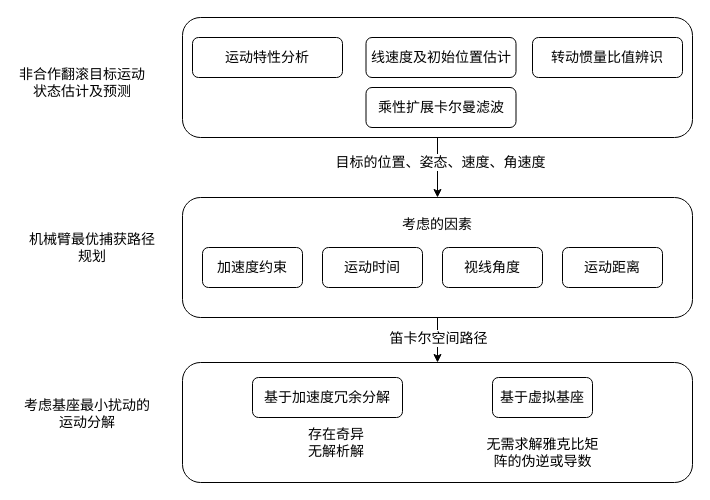
zzy5510/adams_simulink_robotarm keeps this draw.io diagram as Untitled Diagram.drawio. Above is the earlier version. Source tidied: cells renumbered, new cells numbered last; positions are measured from the earlier drawing's top-left corner, leaving out a move shared by most shapes. Both pictures are drawn from the tidied source at 100%, with x=0, y=0 at pixel (17, 17).
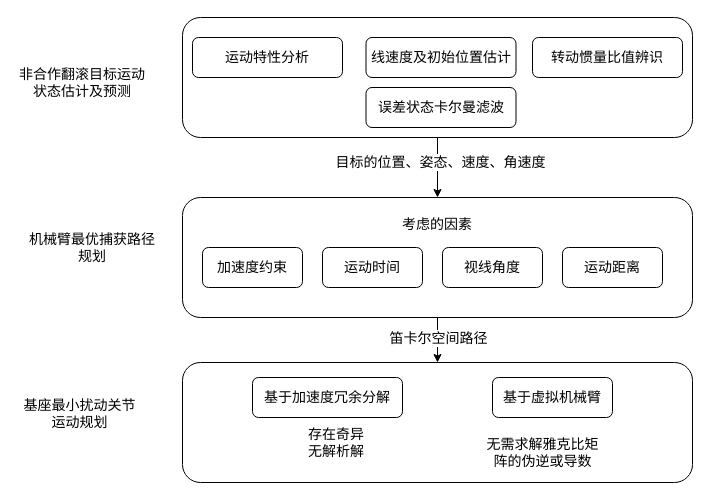
Above is the later version.

The edit, as a diff of the source:
```diff
@@
-    <mxCell id="9" value="&lt;font style=&quot;font-size: 14px&quot;&gt;乘性扩展卡尔曼滤波&lt;/font&gt;" style="rounded=1;whiteSpace=wrap;html=1;" parent="1" vertex="1">
+    <mxCell id="9" value="&lt;font style=&quot;font-size: 14px&quot;&gt;误差状态卡尔曼滤波&lt;/font&gt;" style="rounded=1;whiteSpace=wrap;html=1;" parent="1" vertex="1">
       <mxGeometry x="348.5" y="70" width="150" height="40" as="geometry" />
     </mxCell>
@@
-    <mxCell id="16" value="&lt;div&gt;考虑基座最小扰动的运动分解&lt;/div&gt;&lt;div&gt;&lt;br&gt;&lt;/div&gt;" style="text;html=1;strokeColor=none;fillColor=none;align=center;verticalAlign=middle;whiteSpace=wrap;rounded=0;fontSize=14;" parent="1" vertex="1">
-      <mxGeometry y="390" width="140" height="30" as="geometry" />
+    <mxCell id="16" value="&lt;div&gt;基座最小扰动关节运动规划&lt;/div&gt;&lt;div&gt;&lt;br&gt;&lt;/div&gt;" style="text;html=1;strokeColor=none;fillColor=none;align=center;verticalAlign=middle;whiteSpace=wrap;rounded=0;fontSize=14;" parent="1" vertex="1">
+      <mxGeometry y="390" width="125" height="30" as="geometry" />
     </mxCell>
@@
-    <mxCell id="20" value="基于虚拟基座" style="rounded=1;whiteSpace=wrap;html=1;fontSize=14;" parent="1" vertex="1">
-      <mxGeometry x="475" y="360" width="100" height="40" as="geometry" />
+    <mxCell id="20" value="基于虚拟机械臂" style="rounded=1;whiteSpace=wrap;html=1;fontSize=14;" parent="1" vertex="1">
+      <mxGeometry x="475" y="360" width="120" height="40" as="geometry" />
     </mxCell>
```
